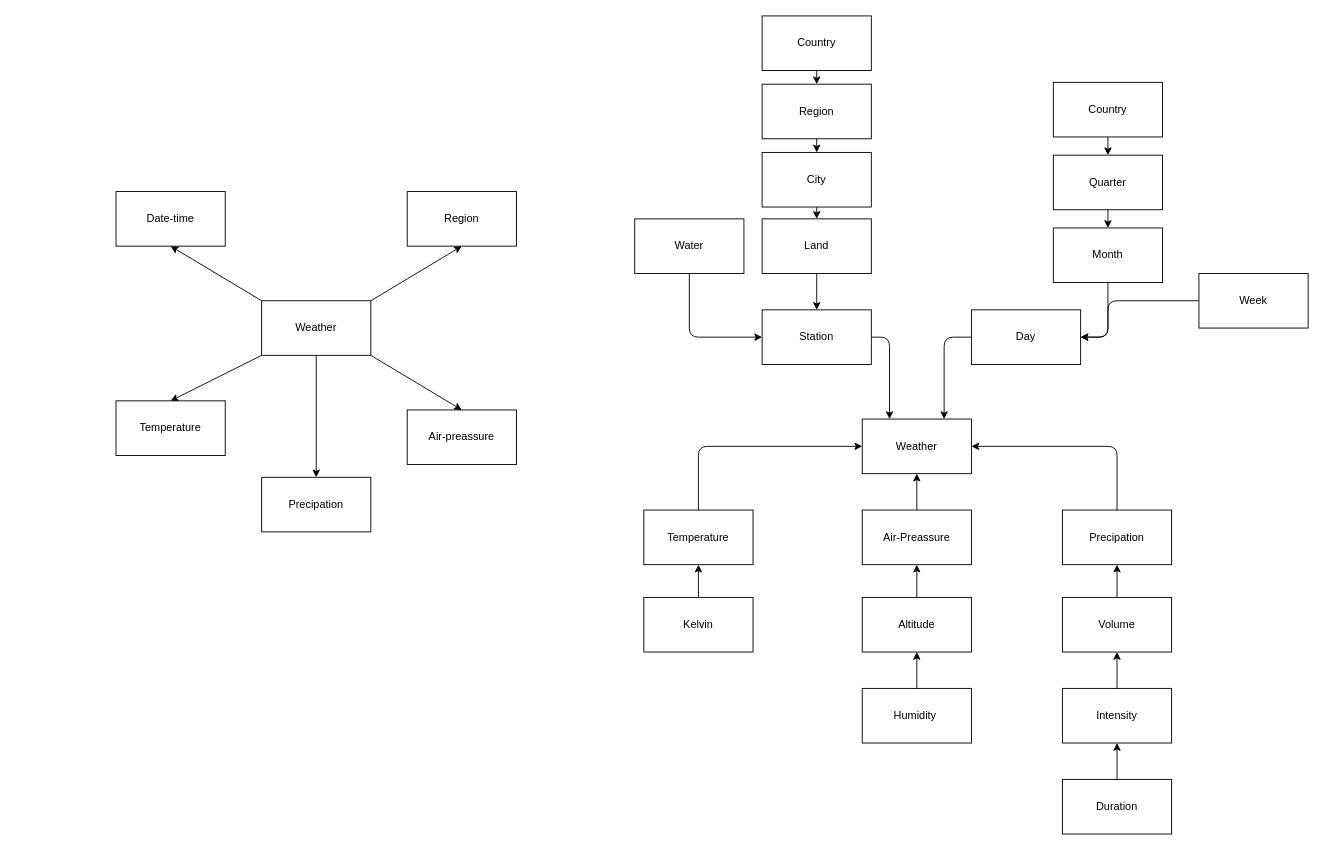
Before: page "Page-1" (2 of 2) of Data Engineer/Main Studies/Module 6 - Database and Data Warehouse/D4/task1.drawio in m-c-v-k/Portfolio, a draw.io diagram. Source tidied: cells renumbered, new cells numbered last; positions are measured from the earlier drawing's top-left corner, leaving out a move shared by most shapes. Both pictures are drawn from the tidied source at 91%, with x=0, y=0 at pixel (116, 15).
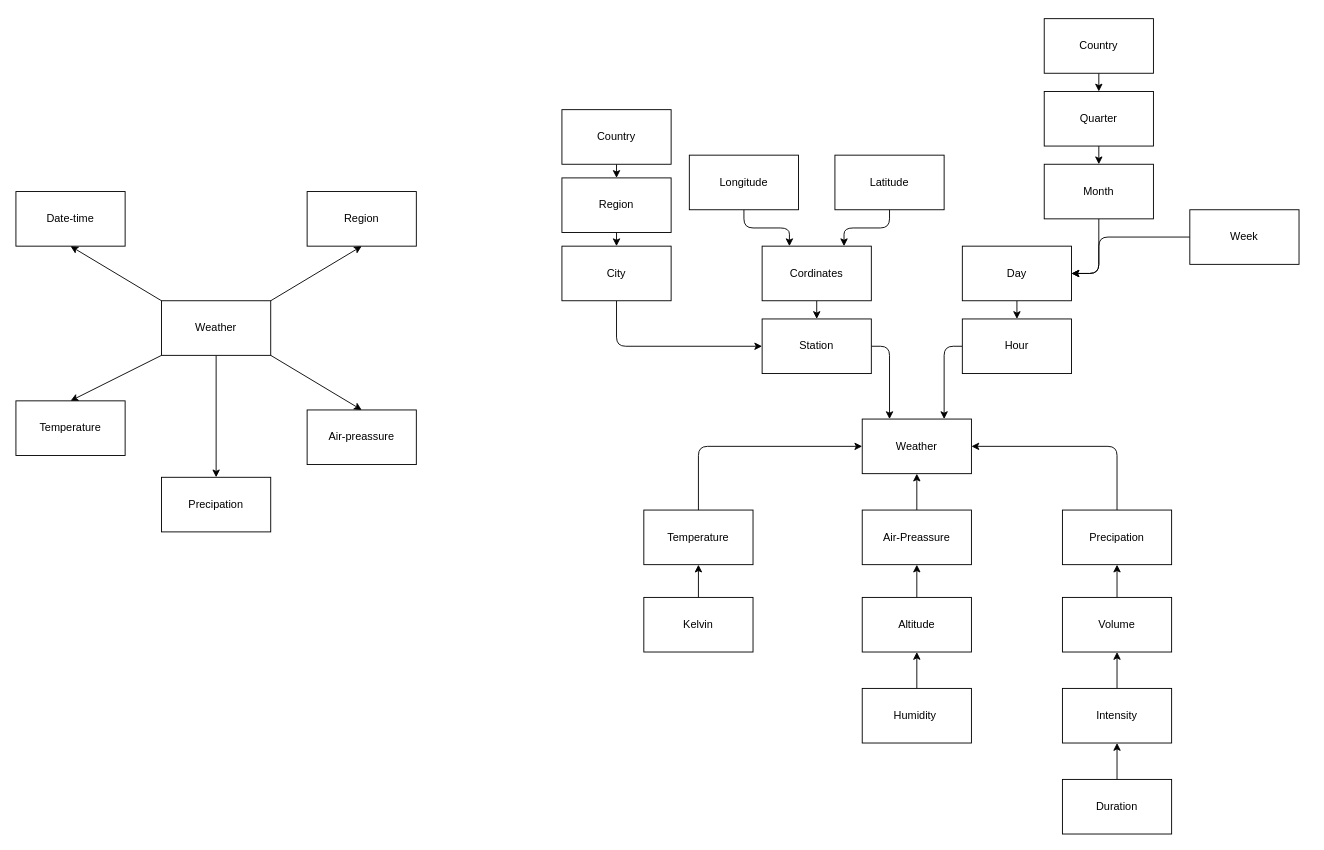
The same diagram, later.

The change refers to these unchanged cells:
```xml
<mxCell id="13" value="Weather" style="whiteSpace=wrap;html=1;" parent="1" vertex="1">
  <mxGeometry x="820" y="443" width="120" height="60" as="geometry" />
</mxCell>
```

Diff of the diagram source:
```diff
@@
     <mxCell id="7" value="Weather" style="whiteSpace=wrap;html=1;" parent="1" vertex="1">
-      <mxGeometry x="160" y="313" width="120" height="60" as="geometry" />
+      <mxGeometry x="50" y="313" width="120" height="60" as="geometry" />
     </mxCell>
     <mxCell id="8" value="Region" style="whiteSpace=wrap;html=1;" parent="1" vertex="1">
-      <mxGeometry x="320" y="193" width="120" height="60" as="geometry" />
+      <mxGeometry x="210" y="193" width="120" height="60" as="geometry" />
     </mxCell>
     <mxCell id="9" value="Air-preassure" style="whiteSpace=wrap;html=1;" parent="1" vertex="1">
-      <mxGeometry x="320" y="433" width="120" height="60" as="geometry" />
+      <mxGeometry x="210" y="433" width="120" height="60" as="geometry" />
     </mxCell>
     <mxCell id="10" value="Temperature" style="whiteSpace=wrap;html=1;" parent="1" vertex="1">
-      <mxGeometry y="423" width="120" height="60" as="geometry" />
+      <mxGeometry x="-110" y="423" width="120" height="60" as="geometry" />
     </mxCell>
     <mxCell id="11" value="Precipation" style="whiteSpace=wrap;html=1;" parent="1" vertex="1">
-      <mxGeometry x="160" y="507" width="120" height="60" as="geometry" />
+      <mxGeometry x="50" y="507" width="120" height="60" as="geometry" />
     </mxCell>
     <mxCell id="12" value="Date-time" style="whiteSpace=wrap;html=1;" parent="1" vertex="1">
-      <mxGeometry y="193" width="120" height="60" as="geometry" />
+      <mxGeometry x="-110" y="193" width="120" height="60" as="geometry" />
     </mxCell>
@@
-    <mxCell id="14" style="edgeStyle=none;html=1;exitX=0;exitY=0.5;exitDx=0;exitDy=0;entryX=0.75;entryY=0;entryDx=0;entryDy=0;" parent="1" edge="1" source="15" target="13">
+    <mxCell id="14" style="edgeStyle=none;html=1;exitX=0;exitY=0.5;exitDx=0;exitDy=0;entryX=0.75;entryY=0;entryDx=0;entryDy=0;" parent="1" edge="1" source="58" target="13">
       <mxGeometry relative="1" as="geometry">
         <Array as="points">
-          <mxPoint x="910" y="353" />
+          <mxPoint x="910" y="363" />
         </Array>
       </mxGeometry>
     </mxCell>
+    <mxCell id="54" style="edgeStyle=none;html=1;exitX=0.5;exitY=1;exitDx=0;exitDy=0;entryX=0.5;entryY=0;entryDx=0;entryDy=0;" parent="1" edge="1" source="15" target="58">
+      <mxGeometry relative="1" as="geometry" />
+    </mxCell>
     <mxCell id="15" value="Day" style="whiteSpace=wrap;html=1;" parent="1" vertex="1">
-      <mxGeometry x="940" y="323" width="120" height="60" as="geometry" />
+      <mxGeometry x="930" y="253" width="120" height="60" as="geometry" />
     </mxCell>
@@
-    <mxCell id="18" style="edgeStyle=none;html=1;exitX=0.5;exitY=1;exitDx=0;exitDy=0;entryX=0.5;entryY=0;entryDx=0;entryDy=0;" parent="1" edge="1" source="19" target="35">
-      <mxGeometry relative="1" as="geometry" />
-    </mxCell>
+    <mxCell id="55" style="edgeStyle=none;html=1;entryX=0.75;entryY=0;entryDx=0;entryDy=0;" parent="1" edge="1" source="19" target="60">
+      <mxGeometry relative="1" as="geometry">
+        <Array as="points">
+          <mxPoint x="850" y="233" />
+          <mxPoint x="800" y="233" />
+        </Array>
+      </mxGeometry>
+    </mxCell>
-    <mxCell id="19" value="Land" style="whiteSpace=wrap;html=1;" parent="1" vertex="1">
-      <mxGeometry x="710" y="223" width="120" height="60" as="geometry" />
+    <mxCell id="19" value="Latitude" style="whiteSpace=wrap;html=1;" parent="1" vertex="1">
+      <mxGeometry x="790" y="153" width="120" height="60" as="geometry" />
     </mxCell>
@@
     <mxCell id="22" style="edgeStyle=none;html=1;exitX=0;exitY=0.5;exitDx=0;exitDy=0;entryX=1;entryY=0.5;entryDx=0;entryDy=0;" parent="1" edge="1" source="23" target="15">
       <mxGeometry relative="1" as="geometry">
         <Array as="points">
-          <mxPoint x="1090" y="313" />
-          <mxPoint x="1090" y="353" />
+          <mxPoint x="1080" y="243" />
+          <mxPoint x="1080" y="283" />
         </Array>
       </mxGeometry>
     </mxCell>
     <mxCell id="23" value="Week" style="whiteSpace=wrap;html=1;" parent="1" vertex="1">
-      <mxGeometry x="1190" y="283" width="120" height="60" as="geometry" />
+      <mxGeometry x="1180" y="213" width="120" height="60" as="geometry" />
     </mxCell>
@@
     <mxCell id="26" style="edgeStyle=none;html=1;exitX=0.5;exitY=1;exitDx=0;exitDy=0;entryX=1;entryY=0.5;entryDx=0;entryDy=0;" parent="1" edge="1" source="27" target="15">
       <mxGeometry relative="1" as="geometry">
         <Array as="points">
-          <mxPoint x="1090" y="353" />
+          <mxPoint x="1080" y="283" />
         </Array>
       </mxGeometry>
     </mxCell>
     <mxCell id="27" value="Month" style="whiteSpace=wrap;html=1;" parent="1" vertex="1">
-      <mxGeometry x="1030" y="233" width="120" height="60" as="geometry" />
+      <mxGeometry x="1020" y="163" width="120" height="60" as="geometry" />
     </mxCell>
@@
     <mxCell id="29" value="Quarter" style="whiteSpace=wrap;html=1;" parent="1" vertex="1">
-      <mxGeometry x="1030" y="153" width="120" height="60" as="geometry" />
+      <mxGeometry x="1020" y="83" width="120" height="60" as="geometry" />
     </mxCell>
@@
     <mxCell id="31" value="Country" style="whiteSpace=wrap;html=1;" parent="1" vertex="1">
-      <mxGeometry x="1030" y="73" width="120" height="60" as="geometry" />
+      <mxGeometry x="1020" y="3" width="120" height="60" as="geometry" />
     </mxCell>
@@
     <mxCell id="34" style="edgeStyle=none;html=1;exitX=1;exitY=0.5;exitDx=0;exitDy=0;entryX=0.25;entryY=0;entryDx=0;entryDy=0;" parent="1" edge="1" source="35" target="13">
       <mxGeometry relative="1" as="geometry">
         <Array as="points">
-          <mxPoint x="850" y="353" />
+          <mxPoint x="850" y="363" />
         </Array>
       </mxGeometry>
     </mxCell>
     <mxCell id="35" value="Station" style="whiteSpace=wrap;html=1;" parent="1" vertex="1">
-      <mxGeometry x="710" y="323" width="120" height="60" as="geometry" />
+      <mxGeometry x="710" y="333" width="120" height="60" as="geometry" />
     </mxCell>
-    <mxCell id="36" style="edgeStyle=none;html=1;exitX=0.5;exitY=1;exitDx=0;exitDy=0;entryX=0.5;entryY=0;entryDx=0;entryDy=0;" parent="1" edge="1" source="37" target="19">
-      <mxGeometry relative="1" as="geometry" />
-    </mxCell>
+    <mxCell id="56" style="edgeStyle=none;html=1;exitX=0.5;exitY=1;exitDx=0;exitDy=0;entryX=0;entryY=0.5;entryDx=0;entryDy=0;" parent="1" edge="1" source="37" target="35">
+      <mxGeometry relative="1" as="geometry">
+        <Array as="points">
+          <mxPoint x="550" y="363" />
+        </Array>
+      </mxGeometry>
+    </mxCell>
     <mxCell id="37" value="City" style="whiteSpace=wrap;html=1;" parent="1" vertex="1">
-      <mxGeometry x="710" y="150" width="120" height="60" as="geometry" />
+      <mxGeometry x="490" y="253" width="120" height="60" as="geometry" />
     </mxCell>
@@
     <mxCell id="39" value="Region" style="whiteSpace=wrap;html=1;" parent="1" vertex="1">
-      <mxGeometry x="710" y="75" width="120" height="60" as="geometry" />
+      <mxGeometry x="490" y="178" width="120" height="60" as="geometry" />
     </mxCell>
@@
     <mxCell id="41" value="Country" style="whiteSpace=wrap;html=1;" parent="1" vertex="1">
-      <mxGeometry x="710" width="120" height="60" as="geometry" />
+      <mxGeometry x="490" y="103" width="120" height="60" as="geometry" />
     </mxCell>
@@
-    <mxCell id="44" style="edgeStyle=none;html=1;exitX=0.5;exitY=1;exitDx=0;exitDy=0;entryX=0;entryY=0.5;entryDx=0;entryDy=0;" parent="1" edge="1" source="45" target="35">
-      <mxGeometry relative="1" as="geometry">
-        <Array as="points">
-          <mxPoint x="630" y="353" />
-        </Array>
-      </mxGeometry>
-    </mxCell>
+    <mxCell id="57" style="edgeStyle=none;html=1;entryX=0.25;entryY=0;entryDx=0;entryDy=0;exitX=0.5;exitY=1;exitDx=0;exitDy=0;" parent="1" edge="1" source="45" target="60">
+      <mxGeometry relative="1" as="geometry">
+        <Array as="points">
+          <mxPoint x="690" y="233" />
+          <mxPoint x="740" y="233" />
+        </Array>
+      </mxGeometry>
+    </mxCell>
-    <mxCell id="45" value="Water" style="whiteSpace=wrap;html=1;" parent="1" vertex="1">
-      <mxGeometry x="570" y="223" width="120" height="60" as="geometry" />
+    <mxCell id="45" value="Longitude" style="whiteSpace=wrap;html=1;" parent="1" vertex="1">
+      <mxGeometry x="630" y="153" width="120" height="60" as="geometry" />
     </mxCell>
@@
+    <mxCell id="58" value="Hour" style="whiteSpace=wrap;html=1;" parent="1" vertex="1">
+      <mxGeometry x="930" y="333" width="120" height="60" as="geometry" />
+    </mxCell>
+    <mxCell id="59" style="edgeStyle=none;html=1;" parent="1" edge="1" source="60" target="35">
+      <mxGeometry relative="1" as="geometry" />
+    </mxCell>
+    <mxCell id="60" value="Cordinates" style="whiteSpace=wrap;html=1;" parent="1" vertex="1">
+      <mxGeometry x="710" y="253" width="120" height="60" as="geometry" />
+    </mxCell>
```
